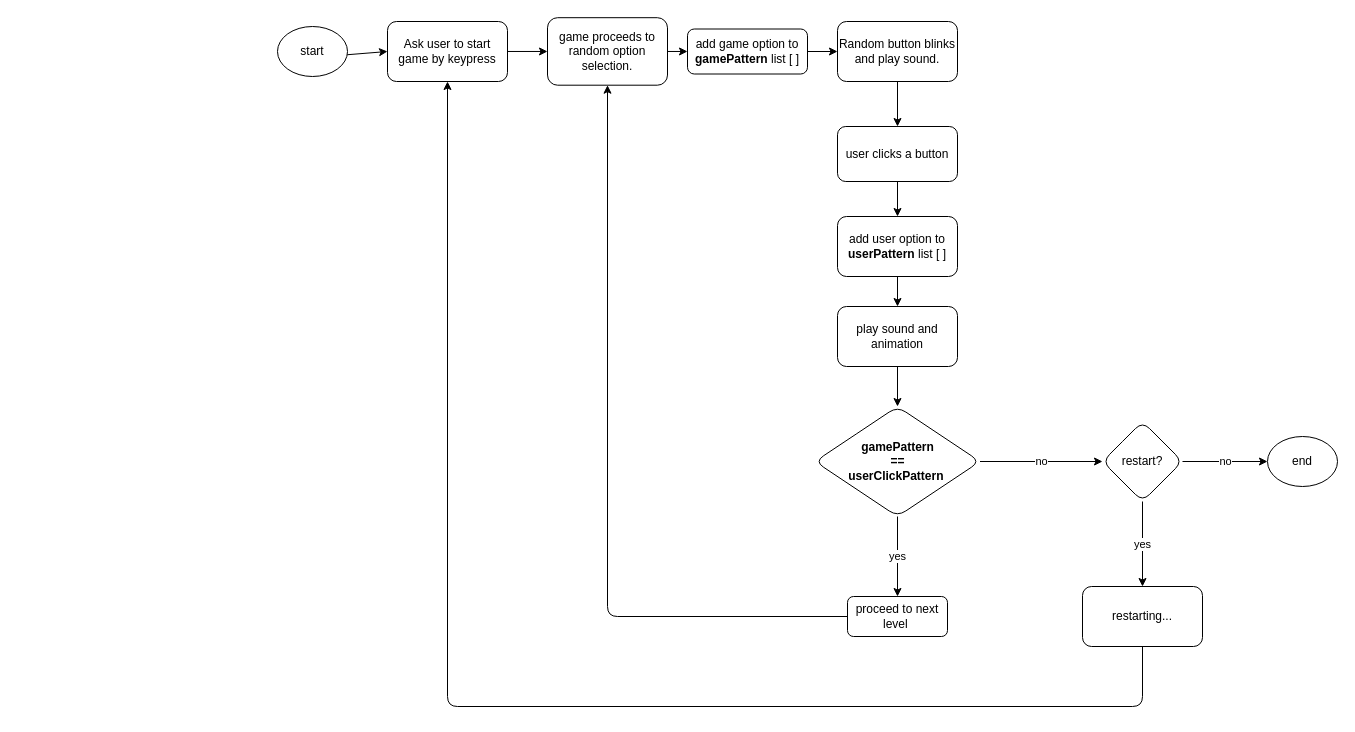
Above: frontend-development/Simon Game Challenge Starting Files/game_flowchart.drawio in NkwiCyril/web_mastery (draw.io), before the change. Source tidied: cells renumbered, new cells numbered last; positions are measured from the earlier drawing's top-left corner, leaving out a move shared by most shapes. Both pictures are drawn from the tidied source at 100%, with x=0, y=0 at pixel (277, 17).
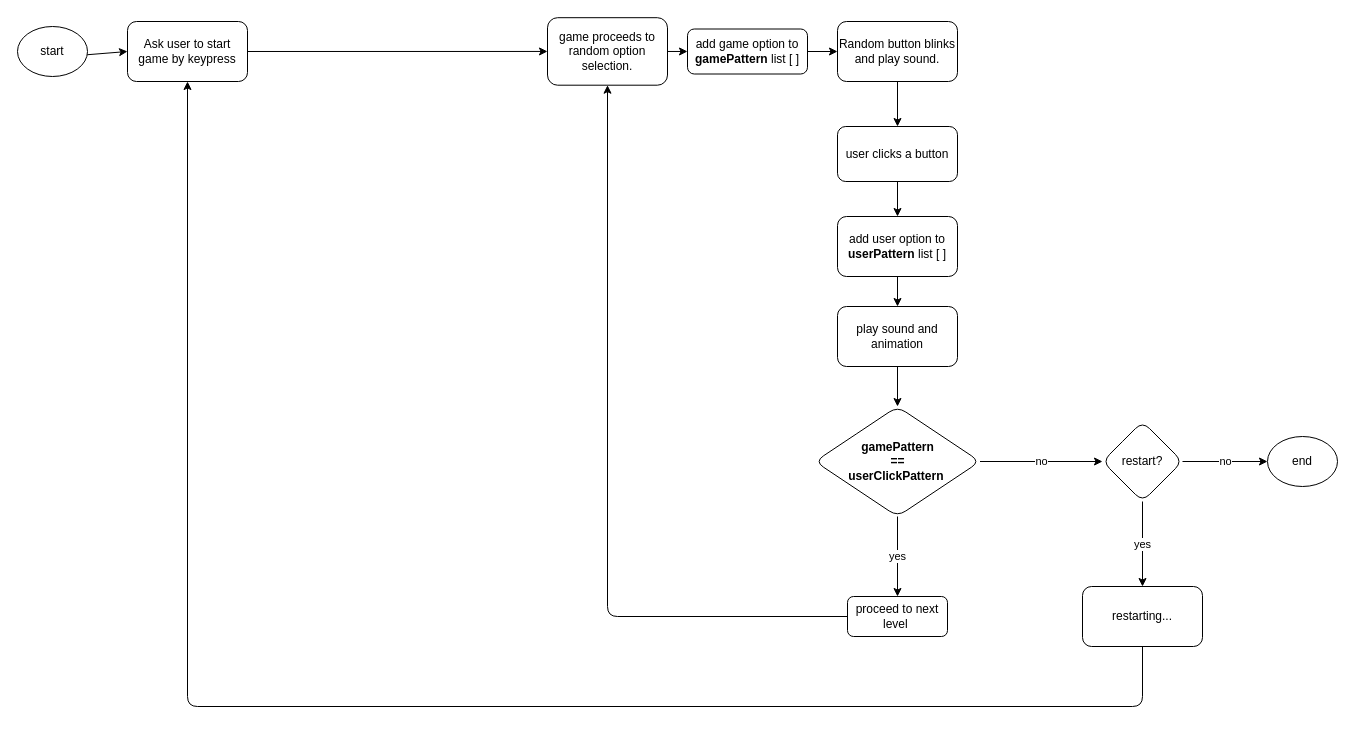
The same diagram, later.

The change refers to these unchanged cells:
```xml
<mxCell id="7" value="game proceeds to random option selection." style="whiteSpace=wrap;html=1;rounded=1;" parent="1" vertex="1">
  <mxGeometry x="270" y="0.2" width="120" height="67.5" as="geometry" />
</mxCell>
<mxCell id="27" value="restarting..." style="whiteSpace=wrap;html=1;rounded=1;" parent="1" vertex="1">
  <mxGeometry x="805" y="569" width="120" height="60" as="geometry" />
</mxCell>
```

Change to the diagram source:
```diff
@@
     <mxCell id="3" value="start" style="ellipse;whiteSpace=wrap;html=1;rounded=1;" parent="1" vertex="1">
-      <mxGeometry y="9" width="70" height="50" as="geometry" />
+      <mxGeometry x="-260" y="9" width="70" height="50" as="geometry" />
     </mxCell>
-    <mxCell id="4" style="edgeStyle=none;html=1;rounded=1;" parent="1" edge="1" source="5" target="7">
+    <mxCell id="4" style="edgeStyle=none;html=1;exitX=1;exitY=0.5;exitDx=0;exitDy=0;entryX=0;entryY=0.5;entryDx=0;entryDy=0;" parent="1" edge="1" source="5" target="7">
       <mxGeometry relative="1" as="geometry" />
     </mxCell>
     <mxCell id="5" value="Ask user to start game by keypress" style="whiteSpace=wrap;html=1;rounded=1;" parent="1" vertex="1">
-      <mxGeometry x="110" y="4" width="120" height="60" as="geometry" />
+      <mxGeometry x="-150" y="4" width="120" height="60" as="geometry" />
     </mxCell>
@@
     <mxCell id="26" style="edgeStyle=none;html=1;entryX=0.5;entryY=1;entryDx=0;entryDy=0;rounded=1;" parent="1" edge="1" source="27" target="5">
       <mxGeometry relative="1" as="geometry">
         <Array as="points">
           <mxPoint x="865" y="689" />
-          <mxPoint x="170" y="689" />
+          <mxPoint x="-90" y="689" />
         </Array>
       </mxGeometry>
     </mxCell>
```
